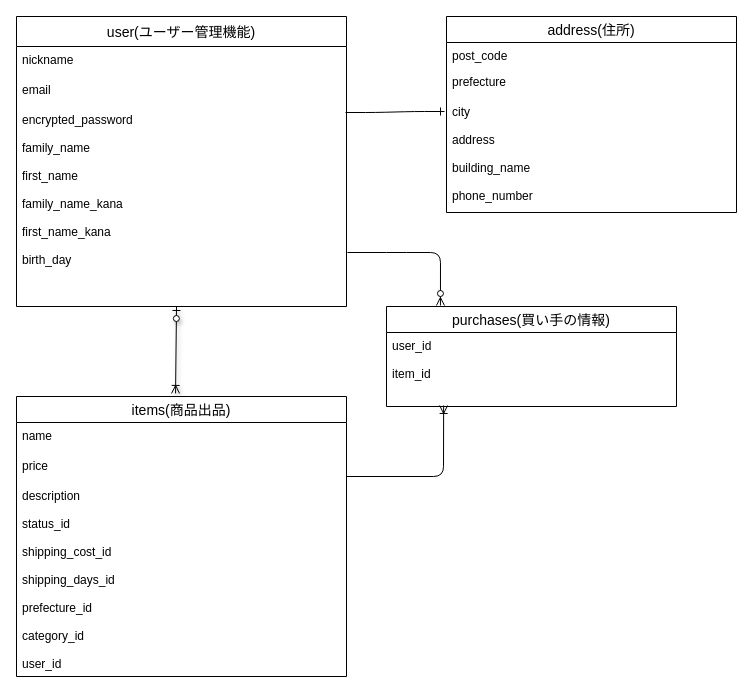
Above: ER.dio in sakaiyuji3862/furima-32602 (draw.io), before the change. Source tidied: cells renumbered, new cells numbered last; positions are measured from the earlier drawing's top-left corner, leaving out a move shared by most shapes. Both pictures are drawn from the tidied source at 100%, with x=0, y=0 at pixel (16, 16).
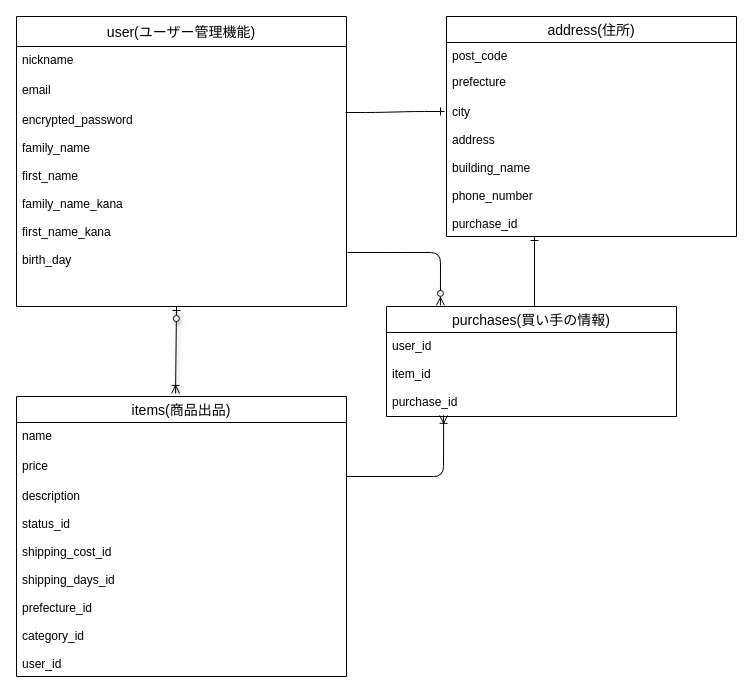
After the change.

What changed in the source:
```diff
@@
     <mxCell id="11" value="purchases(買い手の情報)" style="swimlane;fontStyle=0;horizontal=1;startSize=26;align=center;fontSize=14;" parent="1" vertex="1">
-      <mxGeometry x="370" y="290" width="290" height="100" as="geometry" />
+      <mxGeometry x="370" y="290" width="290" height="110" as="geometry" />
     </mxCell>
-    <mxCell id="12" value="user_id&#10;&#10;item_id" style="text;strokeColor=none;fillColor=none;spacingLeft=4;spacingRight=4;overflow=hidden;points=[[0,0.5],[1,0.5]];portConstraint=eastwest;fontSize=12;" parent="11" vertex="1">
-      <mxGeometry y="26" width="290" height="74" as="geometry" />
+    <mxCell id="12" value="user_id&#10;&#10;item_id&#10;&#10;purchase_id" style="text;strokeColor=none;fillColor=none;spacingLeft=4;spacingRight=4;overflow=hidden;points=[[0,0.5],[1,0.5]];portConstraint=eastwest;fontSize=12;" parent="11" vertex="1">
+      <mxGeometry y="26" width="290" height="84" as="geometry" />
     </mxCell>
     <mxCell id="13" value="address(住所)" style="swimlane;fontStyle=0;horizontal=1;startSize=26;align=center;fontSize=14;" parent="1" vertex="1">
-      <mxGeometry x="430" width="290" height="196" as="geometry" />
+      <mxGeometry x="430" width="290" height="220" as="geometry" />
     </mxCell>
@@
-    <mxCell id="16" value="city&#10;&#10;address&#10;&#10;building_name&#10;&#10;phone_number" style="text;strokeColor=none;fillColor=none;spacingLeft=4;spacingRight=4;overflow=hidden;fontSize=12;" parent="13" vertex="1">
-      <mxGeometry y="82" width="290" height="114" as="geometry" />
+    <mxCell id="16" value="city&#10;&#10;address&#10;&#10;building_name&#10;&#10;phone_number&#10;&#10;purchase_id" style="text;strokeColor=none;fillColor=none;spacingLeft=4;spacingRight=4;overflow=hidden;fontSize=12;" parent="13" vertex="1">
+      <mxGeometry y="82" width="290" height="138" as="geometry" />
     </mxCell>
@@
+    <mxCell id="20" style="fontSize=12;html=1;endArrow=ERone;endFill=1;" parent="1" edge="1">
+      <mxGeometry relative="1" as="geometry">
+        <mxPoint x="518" y="290" as="sourcePoint" />
+        <mxPoint x="518" y="220" as="targetPoint" />
+      </mxGeometry>
+    </mxCell>
```
